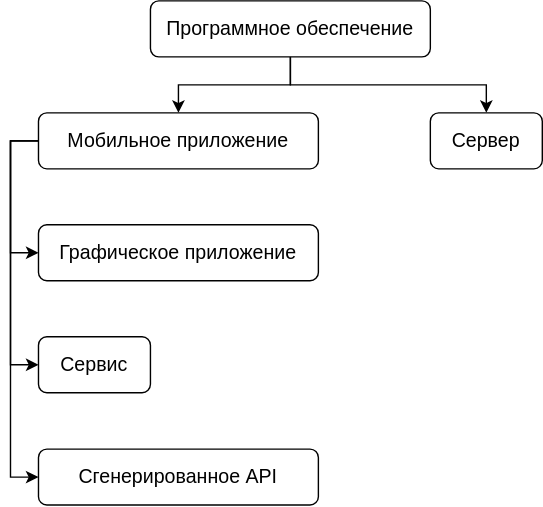
Earlier version of the draw.io export Структура ПО.drawio.svg (ShiryaevNikolay/diagrams). Source tidied: cells renumbered, new cells last; positions are measured from the earlier drawing's top-left corner, leaving out a move shared by most shapes.
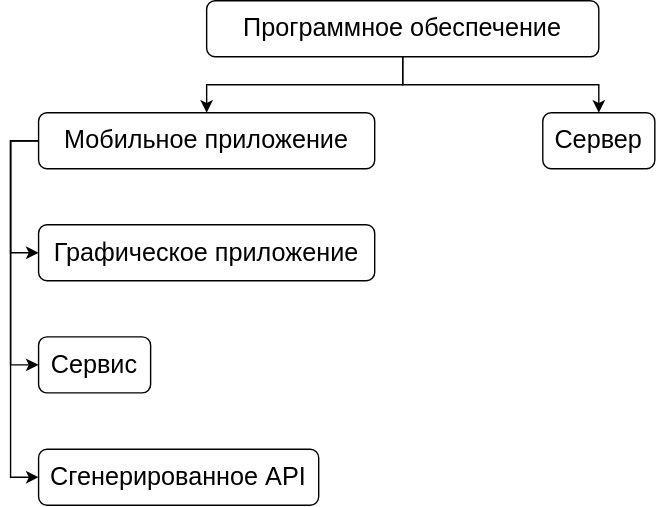
After the commit.

Diff of the diagram source:
```diff
@@ -8,8 +8,8 @@
     <mxCell id="3" style="edgeStyle=orthogonalEdgeStyle;rounded=0;jettySize=auto;html=1;entryX=0.5;entryY=0;entryDx=0;entryDy=0;fontSize=14;" parent="1" edge="1" source="4" target="9">
       <mxGeometry relative="1" as="geometry" />
     </mxCell>
-    <mxCell id="4" value="&lt;font style=&quot;font-size: 14px;&quot;&gt;Программное обеспечение&lt;/font&gt;" style="rounded=1;whiteSpace=wrap;html=1;" parent="1" vertex="1">
-      <mxGeometry x="80" width="200" height="40" as="geometry" />
+    <mxCell id="4" value="&lt;font style=&quot;font-size: 18px;&quot;&gt;Программное обеспечение&lt;/font&gt;" style="rounded=1;whiteSpace=wrap;html=1;" parent="1" vertex="1">
+      <mxGeometry x="120" width="280" height="40" as="geometry" />
     </mxCell>
     <mxCell id="5" style="edgeStyle=orthogonalEdgeStyle;rounded=0;jettySize=auto;html=1;entryX=0;entryY=0.5;entryDx=0;entryDy=0;fontSize=14;exitX=0;exitY=0.5;exitDx=0;exitDy=0;" parent="1" edge="1" source="8" target="10">
       <mxGeometry relative="1" as="geometry" />
@@ -20,19 +20,19 @@
     <mxCell id="7" style="edgeStyle=orthogonalEdgeStyle;rounded=0;jettySize=auto;html=1;entryX=0;entryY=0.5;entryDx=0;entryDy=0;fontSize=14;exitX=0;exitY=0.5;exitDx=0;exitDy=0;" parent="1" edge="1" source="8" target="12">
       <mxGeometry relative="1" as="geometry" />
     </mxCell>
-    <mxCell id="8" value="&lt;font style=&quot;font-size: 14px;&quot;&gt;Мобильное приложение&lt;/font&gt;" style="rounded=1;whiteSpace=wrap;html=1;" parent="1" vertex="1">
-      <mxGeometry y="80" width="200" height="40" as="geometry" />
+    <mxCell id="8" value="&lt;font style=&quot;font-size: 18px;&quot;&gt;Мобильное приложение&lt;/font&gt;" style="rounded=1;whiteSpace=wrap;html=1;" parent="1" vertex="1">
+      <mxGeometry y="80" width="240" height="40" as="geometry" />
     </mxCell>
-    <mxCell id="9" value="&lt;font style=&quot;font-size: 14px;&quot;&gt;Сервер&lt;/font&gt;" style="rounded=1;whiteSpace=wrap;html=1;" parent="1" vertex="1">
-      <mxGeometry x="280" y="80" width="80" height="40" as="geometry" />
+    <mxCell id="9" value="&lt;font style=&quot;font-size: 18px;&quot;&gt;Сервер&lt;/font&gt;" style="rounded=1;whiteSpace=wrap;html=1;" parent="1" vertex="1">
+      <mxGeometry x="360" y="80" width="80" height="40" as="geometry" />
     </mxCell>
-    <mxCell id="10" value="&lt;font style=&quot;font-size: 14px;&quot;&gt;Графическое приложение&lt;/font&gt;" style="rounded=1;whiteSpace=wrap;html=1;" parent="1" vertex="1">
-      <mxGeometry y="160" width="200" height="40" as="geometry" />
+    <mxCell id="10" value="&lt;font style=&quot;font-size: 18px;&quot;&gt;Графическое приложение&lt;/font&gt;" style="rounded=1;whiteSpace=wrap;html=1;" parent="1" vertex="1">
+      <mxGeometry y="160" width="240" height="40" as="geometry" />
     </mxCell>
-    <mxCell id="11" value="&lt;font style=&quot;font-size: 14px;&quot;&gt;Сервис&lt;/font&gt;" style="rounded=1;whiteSpace=wrap;html=1;" parent="1" vertex="1">
+    <mxCell id="11" value="&lt;font style=&quot;font-size: 18px;&quot;&gt;Сервис&lt;/font&gt;" style="rounded=1;whiteSpace=wrap;html=1;" parent="1" vertex="1">
       <mxGeometry y="240" width="80" height="40" as="geometry" />
     </mxCell>
-    <mxCell id="12" value="&lt;font style=&quot;font-size: 14px;&quot;&gt;Сгенерированное API&lt;/font&gt;" style="rounded=1;whiteSpace=wrap;html=1;" parent="1" vertex="1">
+    <mxCell id="12" value="&lt;font style=&quot;font-size: 18px;&quot;&gt;Сгенерированное API&lt;/font&gt;" style="rounded=1;whiteSpace=wrap;html=1;" parent="1" vertex="1">
       <mxGeometry y="320.2" width="200" height="40" as="geometry" />
     </mxCell>
   </root>
```
